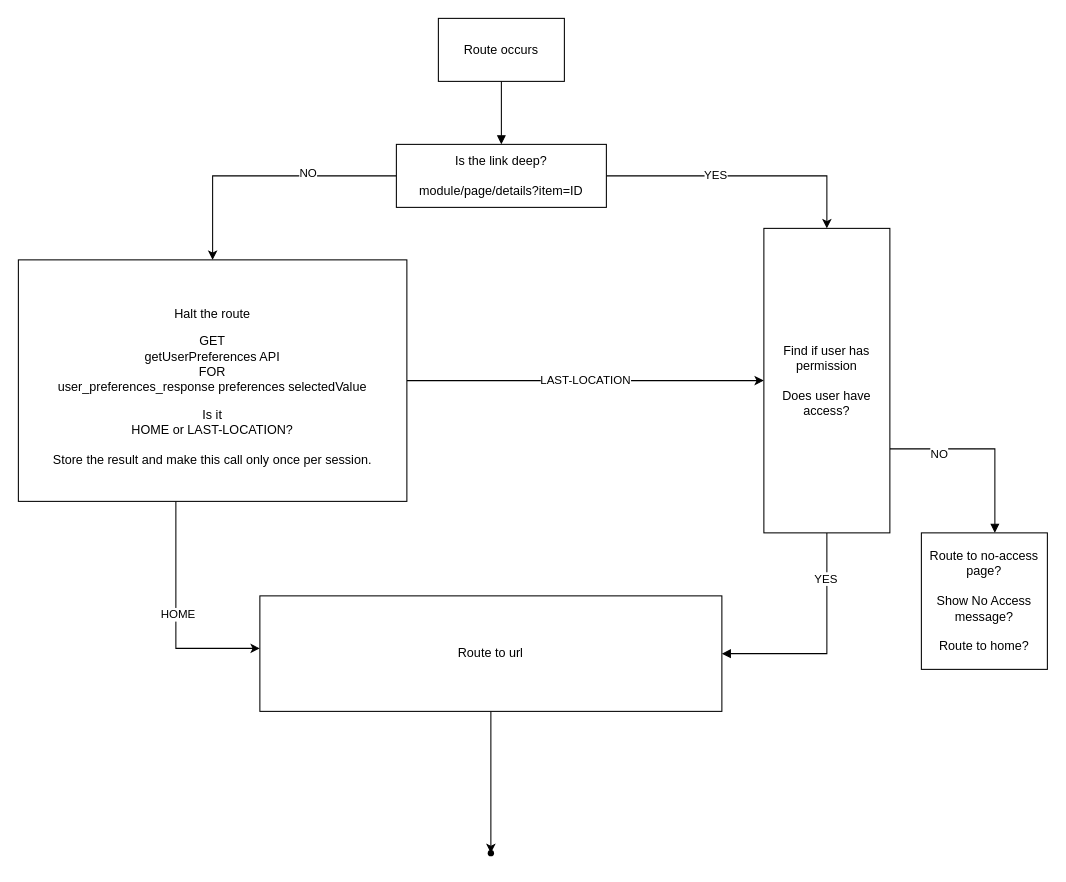
Earlier version of the draw.io diagram Route-flow.drawio (getsetbro/draw.io). Source tidied: cells renumbered, new cells numbered last; positions are measured from the earlier drawing's top-left corner, leaving out a move shared by most shapes. Both pictures are drawn from the tidied source at 105%, with x=0, y=0 at pixel (18, 18).
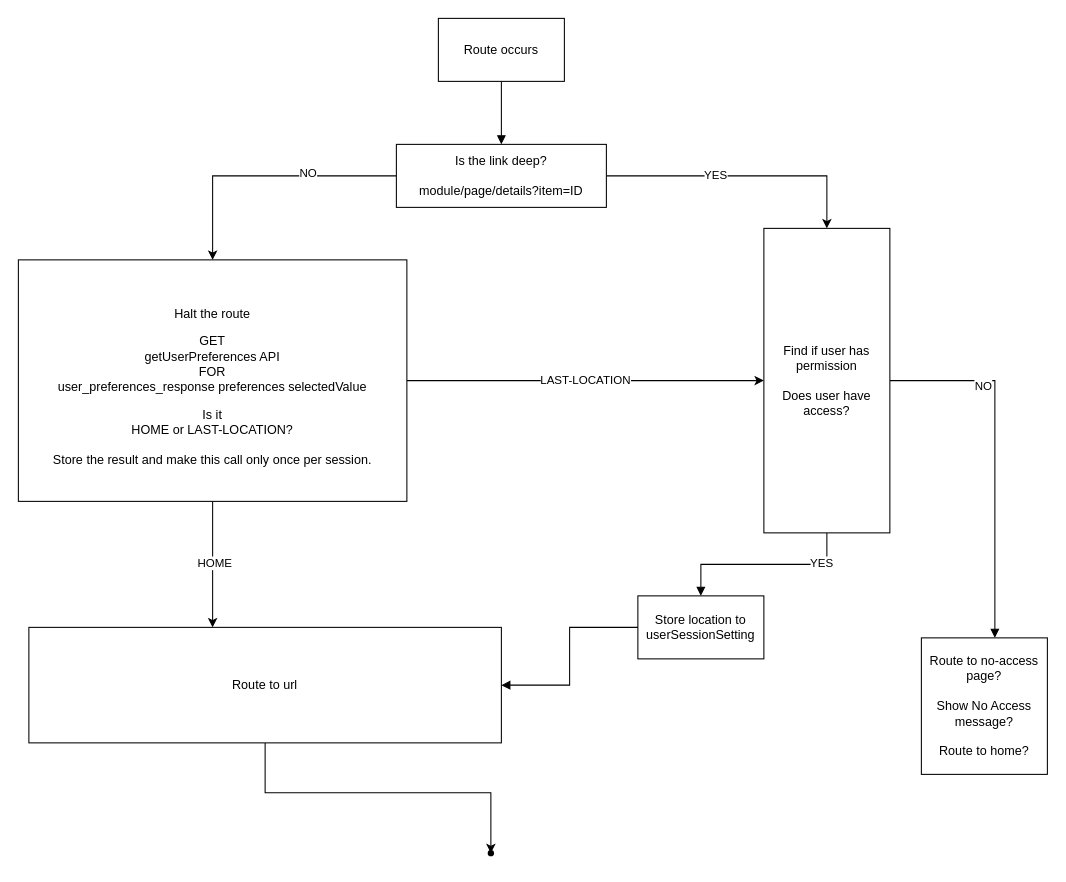
After the change.

The change refers to these unchanged cells:
```xml
<mxCell id="16" value="&lt;div&gt;Find if user has permission&lt;/div&gt;&lt;div&gt;&lt;br&gt;&lt;/div&gt;&lt;div&gt;Does user have access?&lt;/div&gt;" style="whiteSpace=wrap;html=1;rounded=0;" parent="1" vertex="1">
  <mxGeometry x="710" y="200" width="120" height="290" as="geometry" />
</mxCell>
```

Change to the diagram source:
```diff
@@
     <mxCell id="9" value="Route to url" style="rounded=0;whiteSpace=wrap;html=1;" parent="1" vertex="1">
-      <mxGeometry x="230" y="550" width="440" height="110" as="geometry" />
+      <mxGeometry x="10" y="580" width="450" height="110" as="geometry" />
     </mxCell>
@@
-    <mxCell id="17" style="endArrow=none;html=1;rounded=0;edgeStyle=orthogonalEdgeStyle;endFill=0;startFill=1;startArrow=block;" parent="1" edge="1" source="9" target="16">
+    <mxCell id="17" style="endArrow=none;html=1;rounded=0;edgeStyle=orthogonalEdgeStyle;endFill=0;startFill=1;startArrow=block;" parent="1" edge="1" source="22" target="16">
       <mxGeometry relative="1" as="geometry" />
     </mxCell>
@@
     <mxCell id="20" value="Route to no-access page?&lt;div&gt;&lt;br&gt;Show No Access message?&lt;div&gt;&lt;br&gt;&lt;/div&gt;&lt;div&gt;Route to home?&lt;/div&gt;&lt;/div&gt;" style="whiteSpace=wrap;html=1;rounded=0;" parent="1" vertex="1">
-      <mxGeometry x="860" y="490" width="120" height="130" as="geometry" />
+      <mxGeometry x="860" y="590" width="120" height="130" as="geometry" />
     </mxCell>
@@
+    <mxCell id="22" value="Store location to userSessionSetting" style="whiteSpace=wrap;html=1;rounded=0;" parent="1" vertex="1">
+      <mxGeometry x="590" y="550" width="120" height="60" as="geometry" />
+    </mxCell>
+    <mxCell id="23" style="endArrow=none;html=1;rounded=0;startArrow=block;startFill=1;edgeStyle=orthogonalEdgeStyle;" parent="1" edge="1" source="9" target="22">
+      <mxGeometry relative="1" as="geometry" />
+    </mxCell>
```
